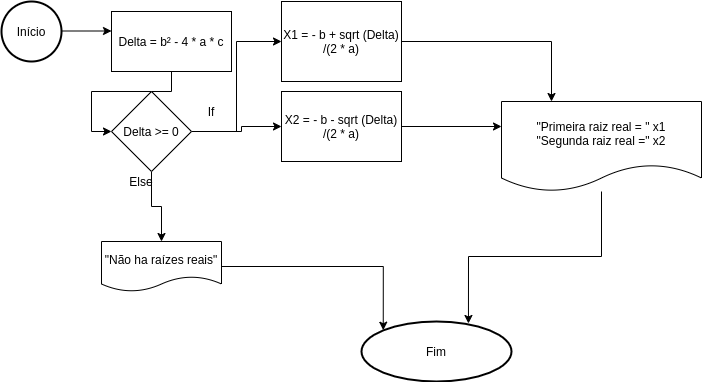
Above: Trabalho_APC_1_(Questão 1).png in Lrlk/Trabalho-de-APC1 (draw.io), before the change. Source tidied: cells renumbered, new cells last; positions are measured from the earlier drawing's top-left corner, leaving out a move shared by most shapes.
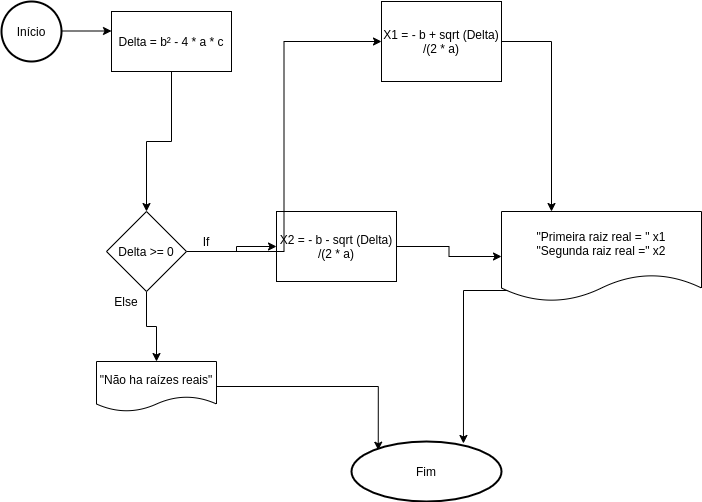
Above is the later version.

What changed in the source:
```diff
@@ -4,35 +4,33 @@
     <mxCell id="1" parent="0" />
     <mxCell id="2" style="edgeStyle=orthogonalEdgeStyle;rounded=0;orthogonalLoop=1;jettySize=auto;html=1;" parent="1" edge="1">
       <mxGeometry relative="1" as="geometry">
-        <mxPoint x="60" y="29.5" as="sourcePoint" />
-        <mxPoint x="110" y="29.5" as="targetPoint" />
+        <mxPoint x="50" y="-70.5" as="sourcePoint" />
+        <mxPoint x="100" y="-70.5" as="targetPoint" />
       </mxGeometry>
     </mxCell>
-    <mxCell id="3" style="edgeStyle=orthogonalEdgeStyle;rounded=0;jettySize=auto;html=1;entryX=0;entryY=0.5;entryDx=0;entryDy=0;" parent="1" edge="1" source="4" target="12">
+    <mxCell id="3" style="edgeStyle=orthogonalEdgeStyle;rounded=0;jettySize=auto;html=1;entryX=0.5;entryY=0;entryDx=0;entryDy=0;" parent="1" edge="1" source="4" target="12">
       <mxGeometry relative="1" as="geometry" />
     </mxCell>
     <mxCell id="4" value="Delta = b² - 4 * a * c" style="rounded=0;whiteSpace=wrap;html=1;" parent="1" vertex="1">
-      <mxGeometry x="110" y="10" width="120" height="60" as="geometry" />
+      <mxGeometry x="100" y="-90" width="120" height="60" as="geometry" />
     </mxCell>
     <mxCell id="5" style="edgeStyle=orthogonalEdgeStyle;rounded=0;jettySize=auto;html=1;exitX=1;exitY=0.5;exitDx=0;exitDy=0;entryX=0.25;entryY=0;entryDx=0;entryDy=0;" parent="1" edge="1" source="6" target="18">
       <mxGeometry relative="1" as="geometry" />
     </mxCell>
     <mxCell id="6" value="X1 = - b + sqrt (Delta) /(2 * a)" style="rounded=0;whiteSpace=wrap;html=1;glass=0;" parent="1" vertex="1">
-      <mxGeometry x="280" width="120" height="80" as="geometry" />
+      <mxGeometry x="370" y="-100" width="120" height="80" as="geometry" />
     </mxCell>
-    <mxCell id="7" style="edgeStyle=orthogonalEdgeStyle;rounded=0;jettySize=auto;html=1;" parent="1" edge="1" source="8">
-      <mxGeometry relative="1" as="geometry">
-        <mxPoint x="500" y="125" as="targetPoint" />
-      </mxGeometry>
+    <mxCell id="7" style="edgeStyle=orthogonalEdgeStyle;rounded=0;jettySize=auto;html=1;" parent="1" edge="1" source="8" target="18">
+      <mxGeometry relative="1" as="geometry" />
     </mxCell>
     <mxCell id="8" value="&lt;span&gt;X2 = - b - sqrt (Delta) /(2 * a)&lt;/span&gt;" style="rounded=0;whiteSpace=wrap;html=1;glass=0;" parent="1" vertex="1">
-      <mxGeometry x="280" y="90" width="120" height="70" as="geometry" />
+      <mxGeometry x="265" y="110" width="120" height="70" as="geometry" />
     </mxCell>
     <mxCell id="9" style="edgeStyle=orthogonalEdgeStyle;rounded=0;jettySize=auto;html=1;exitX=1;exitY=0.5;exitDx=0;exitDy=0;entryX=0;entryY=0.5;entryDx=0;entryDy=0;" parent="1" edge="1" source="12" target="8">
       <mxGeometry relative="1" as="geometry">
         <Array as="points">
-          <mxPoint x="240" y="130" />
-          <mxPoint x="240" y="125" />
+          <mxPoint x="225" y="150" />
+          <mxPoint x="225" y="145" />
         </Array>
       </mxGeometry>
     </mxCell>
@@ -41,35 +39,39 @@
     </mxCell>
     <mxCell id="11" style="edgeStyle=orthogonalEdgeStyle;rounded=0;jettySize=auto;html=1;exitX=0.5;exitY=1;exitDx=0;exitDy=0;" parent="1" edge="1" source="12">
       <mxGeometry relative="1" as="geometry">
-        <mxPoint x="160" y="240" as="targetPoint" />
+        <mxPoint x="145" y="260" as="targetPoint" />
       </mxGeometry>
     </mxCell>
     <mxCell id="12" value="Delta &amp;gt;= 0" style="rhombus;whiteSpace=wrap;html=1;glass=0;" parent="1" vertex="1">
-      <mxGeometry x="110" y="90" width="80" height="80" as="geometry" />
+      <mxGeometry x="95" y="110" width="80" height="80" as="geometry" />
     </mxCell>
     <mxCell id="13" value="If" style="text;html=1;strokeColor=none;fillColor=none;align=center;verticalAlign=middle;whiteSpace=wrap;rounded=0;glass=0;" parent="1" vertex="1">
-      <mxGeometry x="190" y="100" width="40" height="20" as="geometry" />
+      <mxGeometry x="175" y="130" width="40" height="20" as="geometry" />
     </mxCell>
     <mxCell id="14" value="Else" style="text;html=1;strokeColor=none;fillColor=none;align=center;verticalAlign=middle;whiteSpace=wrap;rounded=0;glass=0;" parent="1" vertex="1">
-      <mxGeometry x="120" y="170" width="40" height="20" as="geometry" />
+      <mxGeometry x="95" y="190" width="40" height="20" as="geometry" />
     </mxCell>
-    <mxCell id="15" style="edgeStyle=orthogonalEdgeStyle;rounded=0;jettySize=auto;html=1;entryX=0.145;entryY=0.145;entryDx=0;entryDy=0;entryPerimeter=0;" parent="1" edge="1" source="16" target="19">
-      <mxGeometry relative="1" as="geometry" />
+    <mxCell id="15" style="edgeStyle=orthogonalEdgeStyle;rounded=0;jettySize=auto;html=1;entryX=0.145;entryY=0.145;entryDx=0;entryDy=0;entryPerimeter=0;" parent="1" edge="1" source="16">
+      <mxGeometry relative="1" as="geometry">
+        <mxPoint x="366.8" y="348.7" as="targetPoint" />
+      </mxGeometry>
     </mxCell>
     <mxCell id="16" value="&quot;Não ha raízes reais&quot;" style="shape=document;whiteSpace=wrap;html=1;boundedLbl=1;glass=0;" parent="1" vertex="1">
-      <mxGeometry x="100" y="240" width="120" height="50" as="geometry" />
+      <mxGeometry x="85" y="260" width="120" height="50" as="geometry" />
     </mxCell>
-    <mxCell id="17" style="edgeStyle=orthogonalEdgeStyle;rounded=0;jettySize=auto;html=1;entryX=0.713;entryY=0.033;entryDx=0;entryDy=0;entryPerimeter=0;" parent="1" edge="1" source="18" target="19">
-      <mxGeometry relative="1" as="geometry" />
+    <mxCell id="17" style="edgeStyle=orthogonalEdgeStyle;rounded=0;jettySize=auto;html=1;entryX=0.713;entryY=0.033;entryDx=0;entryDy=0;entryPerimeter=0;exitX=0.46;exitY=0.878;exitDx=0;exitDy=0;exitPerimeter=0;" parent="1" edge="1" source="18">
+      <mxGeometry relative="1" as="geometry">
+        <mxPoint x="452" y="342" as="targetPoint" />
+      </mxGeometry>
     </mxCell>
     <mxCell id="18" value="&quot;Primeira raiz real = &quot; x1&lt;br&gt;&quot;Segunda raiz real =&quot; x2" style="shape=document;whiteSpace=wrap;html=1;boundedLbl=1;glass=0;" parent="1" vertex="1">
-      <mxGeometry x="500" y="100" width="200" height="90" as="geometry" />
+      <mxGeometry x="490" y="110" width="200" height="90" as="geometry" />
     </mxCell>
     <mxCell id="19" value="Fim" style="strokeWidth=2;html=1;shape=mxgraph.flowchart.start_1;whiteSpace=wrap;glass=0;" parent="1" vertex="1">
-      <mxGeometry x="360" y="320" width="150" height="60" as="geometry" />
+      <mxGeometry x="340" y="340" width="150" height="60" as="geometry" />
     </mxCell>
     <mxCell id="20" value="Início" style="strokeWidth=2;html=1;shape=mxgraph.flowchart.start_1;whiteSpace=wrap;glass=0;" parent="1" vertex="1">
-      <mxGeometry width="60" height="60" as="geometry" />
+      <mxGeometry x="-10" y="-100" width="60" height="60" as="geometry" />
     </mxCell>
   </root>
 </mxGraphModel>
```
